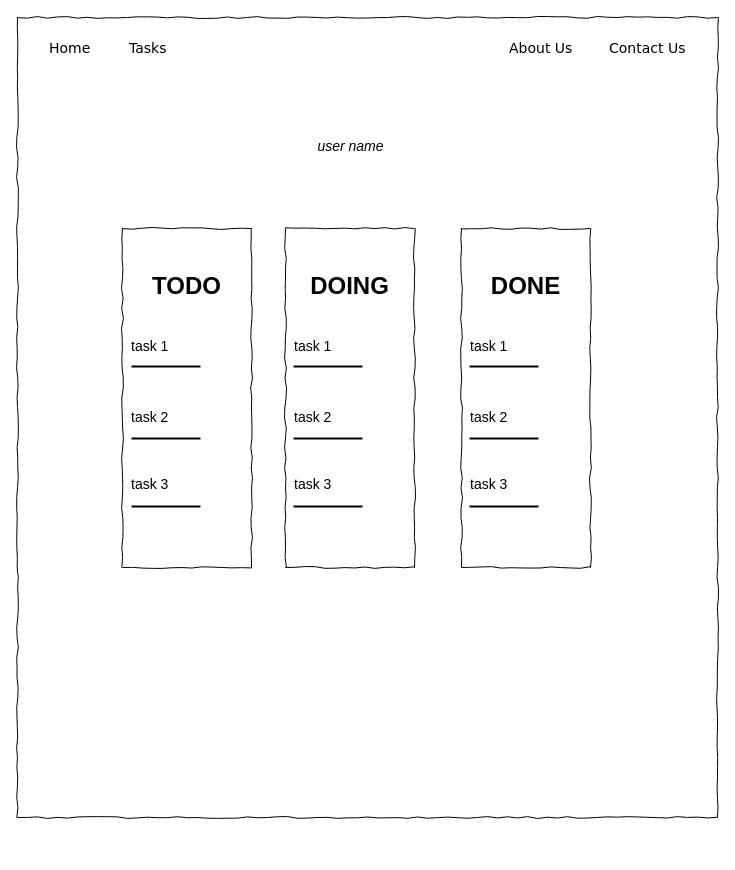
Above: doc/ducumentation/taskslist.drawio in RyanRen2023/TaskManagement (draw.io), before the change. Source tidied: cells renumbered, new cells numbered last; positions are measured from the earlier drawing's top-left corner, leaving out a move shared by most shapes. Both pictures are drawn from the tidied source at 100%, with x=0, y=0 at pixel (17, 17).
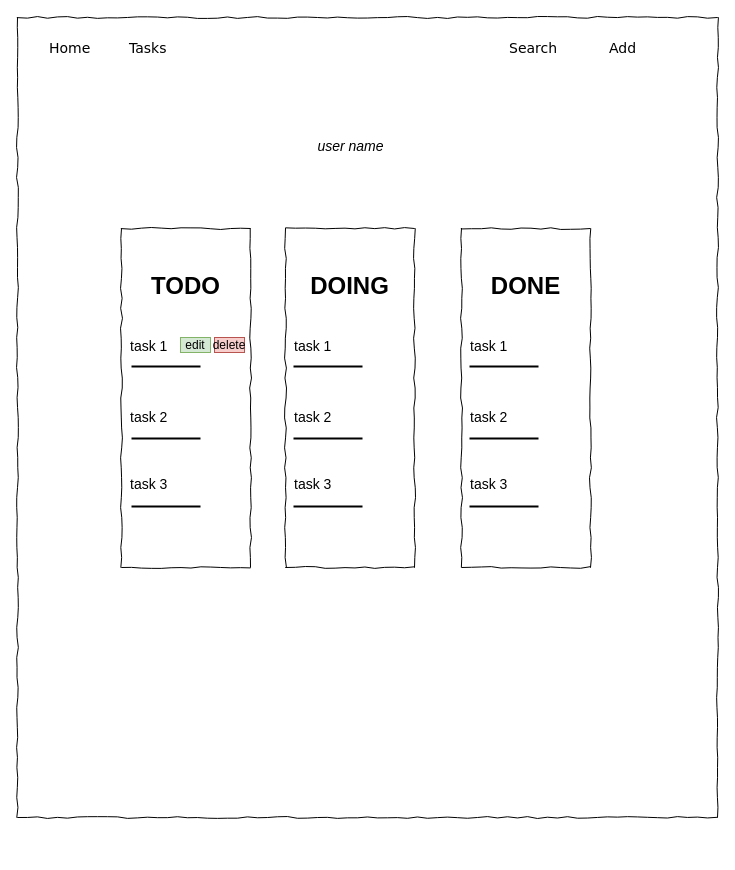
The same diagram, later.

Commit message (it also covers changes not shown here):
taskslist wireframe

Change to the diagram source:
```diff
@@
-    <mxCell id="5" value="About Us" style="text;html=1;align=left;verticalAlign=top;spacingTop=-4;fontSize=14;fontFamily=Verdana;" parent="1" vertex="1">
+    <mxCell id="5" value="Search" style="text;html=1;align=left;verticalAlign=top;spacingTop=-4;fontSize=14;fontFamily=Verdana;" parent="1" vertex="1">
       <mxGeometry x="490" y="20" width="60" height="20" as="geometry" />
     </mxCell>
-    <mxCell id="6" value="Contact Us" style="text;html=1;align=left;verticalAlign=top;spacingTop=-4;fontSize=14;fontFamily=Verdana;" parent="1" vertex="1">
+    <mxCell id="6" value="Add" style="text;html=1;align=left;verticalAlign=top;spacingTop=-4;fontSize=14;fontFamily=Verdana;" parent="1" vertex="1">
       <mxGeometry x="590" y="20" width="60" height="20" as="geometry" />
     </mxCell>
     <mxCell id="7" value="&lt;div style=&quot;&quot;&gt;&lt;div style=&quot;margin: 0px; padding: 0px; font-family: Arial, sans-serif; background-color: rgba(255, 255, 255, 0);&quot; class=&quot;welcome-wrap-h1&quot;&gt;&lt;h1 style=&quot;margin: 0px; padding: 0px; background-color: rgba(255, 255, 255, 0);&quot; class=&quot;welcome-h1&quot;&gt;&lt;br&gt;&lt;/h1&gt;&lt;h1 style=&quot;margin: 0px; padding: 0px; background-color: rgba(255, 255, 255, 0);&quot; class=&quot;welcome-h1&quot;&gt;TODO&lt;/h1&gt;&lt;h1 style=&quot;margin: 0px; padding: 0px; background-color: rgba(255, 255, 255, 0);&quot; class=&quot;welcome-h1&quot;&gt;&lt;br&gt;&lt;/h1&gt;&lt;h1 style=&quot;text-align: left; margin: 0px; padding: 0px; background-color: rgba(255, 255, 255, 0);&quot; class=&quot;welcome-h1&quot;&gt;&lt;span style=&quot;font-weight: normal;&quot;&gt;&lt;font style=&quot;font-size: 14px;&quot;&gt;task 1&lt;/font&gt;&lt;/span&gt;&lt;/h1&gt;&lt;div&gt;&lt;span style=&quot;font-weight: normal;&quot;&gt;&lt;font style=&quot;font-size: 14px;&quot;&gt;&lt;br&gt;&lt;/font&gt;&lt;/span&gt;&lt;/div&gt;&lt;div&gt;&lt;span style=&quot;font-weight: normal;&quot;&gt;&lt;font style=&quot;font-size: 14px;&quot;&gt;&lt;br&gt;&lt;/font&gt;&lt;/span&gt;&lt;/div&gt;&lt;div&gt;&lt;span style=&quot;font-weight: normal;&quot;&gt;&lt;font style=&quot;font-size: 14px;&quot;&gt;&lt;br&gt;&lt;/font&gt;&lt;/span&gt;&lt;/div&gt;&lt;div style=&quot;text-align: left;&quot;&gt;&lt;span style=&quot;font-weight: normal;&quot;&gt;&lt;font style=&quot;font-size: 14px;&quot;&gt;task 2&amp;nbsp; &amp;nbsp;&lt;/font&gt;&lt;/span&gt;&lt;/div&gt;&lt;div style=&quot;text-align: left;&quot;&gt;&lt;span style=&quot;font-weight: normal;&quot;&gt;&lt;font style=&quot;font-size: 14px;&quot;&gt;&lt;br&gt;&lt;/font&gt;&lt;/span&gt;&lt;/div&gt;&lt;div style=&quot;text-align: left;&quot;&gt;&lt;span style=&quot;font-weight: normal;&quot;&gt;&lt;font style=&quot;font-size: 14px;&quot;&gt;&lt;br&gt;&lt;/font&gt;&lt;/span&gt;&lt;/div&gt;&lt;div style=&quot;text-align: left;&quot;&gt;&lt;span style=&quot;font-weight: normal;&quot;&gt;&lt;font style=&quot;font-size: 14px;&quot;&gt;&lt;br&gt;&lt;/font&gt;&lt;/span&gt;&lt;/div&gt;&lt;div style=&quot;text-align: left;&quot;&gt;&lt;span style=&quot;font-weight: normal;&quot;&gt;&lt;font style=&quot;font-size: 14px;&quot;&gt;task 3&lt;/font&gt;&lt;/span&gt;&lt;/div&gt;&lt;h1 style=&quot;margin: 0px; padding: 0px; background-color: rgba(255, 255, 255, 0);&quot; class=&quot;welcome-h1&quot;&gt;&amp;nbsp; &amp;nbsp; &amp;nbsp; &amp;nbsp; &amp;nbsp; &amp;nbsp; &amp;nbsp; &amp;nbsp; &amp;nbsp; &amp;nbsp; &amp;nbsp; &amp;nbsp; &amp;nbsp; &amp;nbsp; &amp;nbsp; &amp;nbsp;&amp;nbsp;&lt;/h1&gt;&lt;div&gt;&lt;br&gt;&lt;/div&gt;&lt;div&gt;&lt;br&gt;&lt;/div&gt;&lt;div&gt;&lt;br&gt;&lt;/div&gt;&lt;div&gt;&lt;b&gt;&lt;br&gt;&lt;/b&gt;&lt;/div&gt;&lt;div&gt;&lt;br&gt;&lt;/div&gt;&lt;div&gt;&lt;br&gt;&lt;/div&gt;&lt;div&gt;&lt;br&gt;&lt;/div&gt;&lt;div&gt;&lt;b style=&quot;background-color: rgba(255, 255, 255, 0);&quot;&gt;&amp;nbsp; &amp;nbsp; &amp;nbsp; &amp;nbsp; &amp;nbsp; &amp;nbsp; &amp;nbsp; &amp;nbsp; &amp;nbsp; &amp;nbsp; &amp;nbsp; &amp;nbsp; &amp;nbsp; &amp;nbsp; &amp;nbsp; &amp;nbsp; &amp;nbsp; &amp;nbsp; &amp;nbsp; &amp;nbsp;&lt;/b&gt;&lt;/div&gt;&lt;div&gt;&lt;br&gt;&lt;/div&gt;&lt;div&gt;&lt;br&gt;&lt;/div&gt;&lt;div&gt;&lt;br&gt;&lt;/div&gt;&lt;div&gt;&lt;br&gt;&lt;/div&gt;&lt;div&gt;&lt;b&gt;&amp;nbsp; &amp;nbsp; &amp;nbsp; &amp;nbsp; &amp;nbsp; &amp;nbsp; &amp;nbsp; &amp;nbsp; &amp;nbsp; &amp;nbsp; &amp;nbsp; &amp;nbsp; &amp;nbsp; &amp;nbsp; &amp;nbsp; &amp;nbsp; &amp;nbsp; &amp;nbsp; &amp;nbsp; &amp;nbsp; &amp;nbsp; &amp;nbsp; &amp;nbsp; &amp;nbsp; &amp;nbsp; &amp;nbsp; &amp;nbsp; &amp;nbsp; &amp;nbsp; &amp;nbsp; &amp;nbsp; &amp;nbsp; &amp;nbsp; &amp;nbsp; &amp;nbsp; &amp;nbsp; &amp;nbsp;&amp;nbsp;&lt;/b&gt;&lt;/div&gt;&lt;div&gt;&lt;br&gt;&lt;/div&gt;&lt;div&gt;&lt;br&gt;&lt;/div&gt;&lt;div&gt;&lt;br&gt;&lt;/div&gt;&lt;div&gt;&lt;br&gt;&lt;/div&gt;&lt;div&gt;&lt;br&gt;&lt;/div&gt;&lt;/div&gt;&lt;/div&gt;" style="whiteSpace=wrap;html=1;rounded=0;shadow=0;labelBackgroundColor=none;strokeWidth=1;fillColor=none;fontFamily=Verdana;fontSize=12;align=center;verticalAlign=top;spacing=10;comic=1;" parent="1" vertex="1">
-      <mxGeometry x="105" y="211" width="129" height="339" as="geometry" />
+      <mxGeometry x="104" y="211" width="129" height="339" as="geometry" />
     </mxCell>
@@
+    <mxCell id="20" value="edit" style="text;html=1;align=center;verticalAlign=middle;whiteSpace=wrap;rounded=0;fillColor=#d5e8d4;strokeColor=#82b366;" parent="1" vertex="1">
+      <mxGeometry x="163" y="320" width="30" height="15" as="geometry" />
+    </mxCell>
+    <mxCell id="21" value="delete" style="text;html=1;align=center;verticalAlign=middle;whiteSpace=wrap;rounded=0;fillColor=#f8cecc;strokeColor=#b85450;" parent="1" vertex="1">
+      <mxGeometry x="197" y="320" width="30" height="15" as="geometry" />
+    </mxCell>
```
